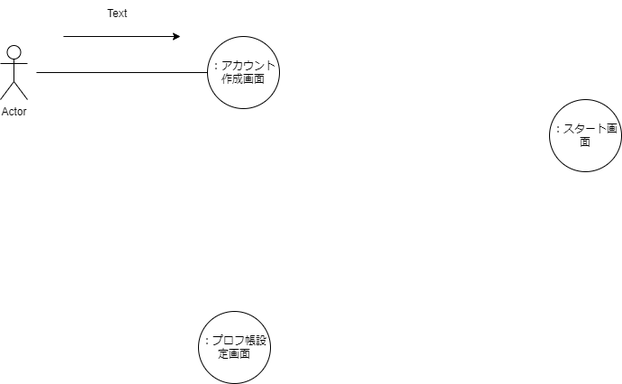
Before: commu.drawio.png, a diagram exported from draw.io (MoritMorit/psp-pro4). Source tidied: cells renumbered, new cells last; positions are measured from the earlier drawing's top-left corner, leaving out a move shared by most shapes.
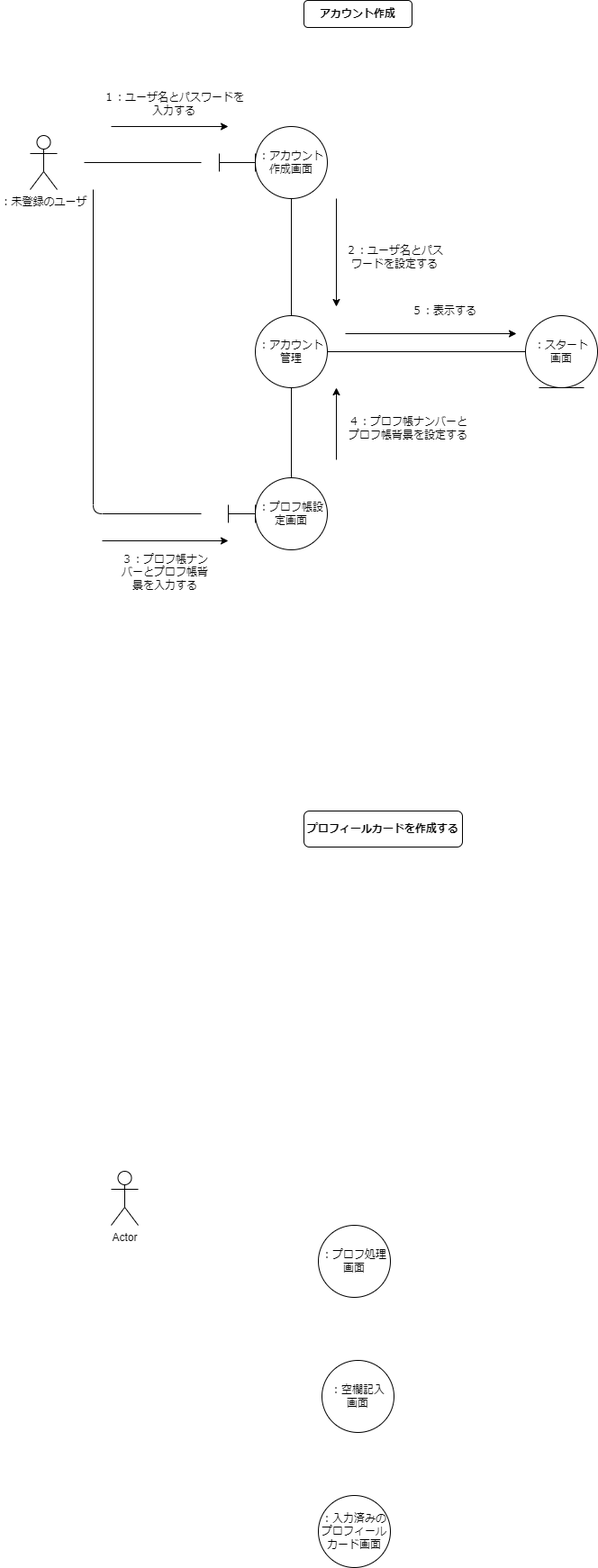
The same file after the commit.

Change to the diagram source:
```diff
@@ -2,21 +2,22 @@
   <root>
     <mxCell id="0" />
     <mxCell id="1" parent="0" />
-    <mxCell id="2" value="Actor" style="shape=umlActor;verticalLabelPosition=bottom;verticalAlign=top;html=1;" parent="1" vertex="1">
-      <mxGeometry y="50" width="30" height="60" as="geometry" />
+    <mxCell id="2" value="：未登録のユーザ" style="shape=umlActor;verticalLabelPosition=bottom;verticalAlign=top;html=1;" parent="1" vertex="1">
+      <mxGeometry x="-20" y="50" width="30" height="60" as="geometry" />
     </mxCell>
     <mxCell id="3" value="：アカウント作成画面" style="ellipse;whiteSpace=wrap;html=1;" parent="1" vertex="1">
       <mxGeometry x="230" y="40" width="80" height="80" as="geometry" />
     </mxCell>
     <mxCell id="4" value="：プロフ帳設定画面" style="ellipse;whiteSpace=wrap;html=1;" parent="1" vertex="1">
-      <mxGeometry x="220" y="345" width="80" height="80" as="geometry" />
+      <mxGeometry x="230" y="430" width="80" height="80" as="geometry" />
     </mxCell>
-    <mxCell id="5" value="：スタート画面" style="ellipse;whiteSpace=wrap;html=1;" parent="1" vertex="1">
-      <mxGeometry x="610" y="110" width="80" height="80" as="geometry" />
+    <mxCell id="5" value="：スタート&lt;br&gt;画面" style="ellipse;whiteSpace=wrap;html=1;" parent="1" vertex="1">
+      <mxGeometry x="530" y="250" width="80" height="80" as="geometry" />
     </mxCell>
-    <mxCell id="6" style="endArrow=none;html=1;entryX=0;entryY=0.5;entryDx=0;entryDy=0;" parent="1" edge="1" target="3">
+    <mxCell id="6" style="endArrow=none;html=1;" parent="1" edge="1">
       <mxGeometry relative="1" as="geometry">
         <mxPoint x="40" y="80" as="sourcePoint" />
+        <mxPoint x="170" y="80" as="targetPoint" />
       </mxGeometry>
     </mxCell>
     <mxCell id="7" style="endArrow=classic;html=1;" parent="1" edge="1">
@@ -25,8 +26,95 @@
         <mxPoint x="200" y="40" as="targetPoint" />
       </mxGeometry>
     </mxCell>
-    <mxCell id="8" value="Text" style="text;html=1;strokeColor=none;fillColor=none;align=center;verticalAlign=middle;whiteSpace=wrap;rounded=0;" parent="1" vertex="1">
-      <mxGeometry x="100" width="60" height="30" as="geometry" />
+    <mxCell id="8" value="１：ユーザ名とパスワードを入力する" style="text;html=1;strokeColor=none;fillColor=none;align=center;verticalAlign=middle;whiteSpace=wrap;rounded=0;" parent="1" vertex="1">
+      <mxGeometry x="60" width="160" height="30" as="geometry" />
     </mxCell>
+    <mxCell id="9" style="endArrow=none;html=1;entryX=0.5;entryY=1;entryDx=0;entryDy=0;exitX=0.5;exitY=0;exitDx=0;exitDy=0;" parent="1" edge="1" source="15" target="3">
+      <mxGeometry relative="1" as="geometry" />
+    </mxCell>
+    <mxCell id="10" style="endArrow=classic;html=1;" parent="1" edge="1">
+      <mxGeometry relative="1" as="geometry">
+        <mxPoint x="320" y="120" as="sourcePoint" />
+        <mxPoint x="320" y="240" as="targetPoint" />
+      </mxGeometry>
+    </mxCell>
+    <mxCell id="11" value="２：ユーザ名とパスワードを設定する" style="text;html=1;strokeColor=none;fillColor=none;align=center;verticalAlign=middle;whiteSpace=wrap;rounded=0;" parent="1" vertex="1">
+      <mxGeometry x="330" y="170" width="110" height="30" as="geometry" />
+    </mxCell>
+    <mxCell id="12" style="endArrow=none;html=1;exitX=1;exitY=0.5;exitDx=0;exitDy=0;entryX=0;entryY=0.5;entryDx=0;entryDy=0;" parent="1" edge="1" source="15" target="5">
+      <mxGeometry relative="1" as="geometry" />
+    </mxCell>
+    <mxCell id="13" style="endArrow=classic;html=1;" parent="1" edge="1">
+      <mxGeometry relative="1" as="geometry">
+        <mxPoint x="320" y="410" as="sourcePoint" />
+        <mxPoint x="320" y="330" as="targetPoint" />
+      </mxGeometry>
+    </mxCell>
+    <mxCell id="14" value="４：プロフ帳ナンバーとプロフ帳背景を設定する" style="text;html=1;strokeColor=none;fillColor=none;align=center;verticalAlign=middle;whiteSpace=wrap;rounded=0;" parent="1" vertex="1">
+      <mxGeometry x="330" y="350" width="140" height="50" as="geometry" />
+    </mxCell>
+    <mxCell id="15" value="：アカウント&lt;br&gt;管理" style="ellipse;whiteSpace=wrap;html=1;" parent="1" vertex="1">
+      <mxGeometry x="230" y="250" width="80" height="80" as="geometry" />
+    </mxCell>
+    <mxCell id="16" style="endArrow=none;html=1;entryX=0.5;entryY=1;entryDx=0;entryDy=0;exitX=0.5;exitY=0;exitDx=0;exitDy=0;" parent="1" edge="1" source="4" target="15">
+      <mxGeometry relative="1" as="geometry" />
+    </mxCell>
+    <mxCell id="17" style="endArrow=none;html=1;" parent="1" edge="1">
+      <mxGeometry relative="1" as="geometry">
+        <mxPoint x="50" y="110" as="sourcePoint" />
+        <mxPoint x="170" y="470" as="targetPoint" />
+        <Array as="points">
+          <mxPoint x="50" y="470" />
+        </Array>
+      </mxGeometry>
+    </mxCell>
+    <mxCell id="18" value="３：プロフ帳ナンバーとプロフ帳背景を入力する" style="text;html=1;strokeColor=none;fillColor=none;align=center;verticalAlign=middle;whiteSpace=wrap;rounded=0;" parent="1" vertex="1">
+      <mxGeometry x="80" y="520" width="100" height="30" as="geometry" />
+    </mxCell>
+    <mxCell id="19" style="endArrow=classic;html=1;" parent="1" edge="1">
+      <mxGeometry relative="1" as="geometry">
+        <mxPoint x="60" y="500" as="sourcePoint" />
+        <mxPoint x="200" y="500" as="targetPoint" />
+      </mxGeometry>
+    </mxCell>
+    <mxCell id="20" value="５：表示する" style="text;html=1;strokeColor=none;fillColor=none;align=center;verticalAlign=middle;whiteSpace=wrap;rounded=0;" parent="1" vertex="1">
+      <mxGeometry x="400" y="230" width="80" height="30" as="geometry" />
+    </mxCell>
+    <mxCell id="21" style="endArrow=classic;html=1;" parent="1" edge="1">
+      <mxGeometry relative="1" as="geometry">
+        <mxPoint x="330" y="270" as="sourcePoint" />
+        <mxPoint x="520" y="270" as="targetPoint" />
+      </mxGeometry>
+    </mxCell>
+    <mxCell id="22" style="shape=crossbar;whiteSpace=wrap;html=1;rounded=1;" parent="1" vertex="1">
+      <mxGeometry x="190" y="70" width="40" height="20" as="geometry" />
+    </mxCell>
+    <mxCell id="23" style="shape=crossbar;whiteSpace=wrap;html=1;rounded=1;" parent="1" vertex="1">
+      <mxGeometry x="200" y="460" width="30" height="20" as="geometry" />
+    </mxCell>
+    <mxCell id="24" style="endArrow=none;html=1;" parent="1" edge="1">
+      <mxGeometry relative="1" as="geometry">
+        <mxPoint x="545" y="330" as="sourcePoint" />
+        <mxPoint x="595" y="330" as="targetPoint" />
+      </mxGeometry>
+    </mxCell>
+    <mxCell id="25" value="&lt;b&gt;アカウント作成&lt;/b&gt;" style="rounded=1;whiteSpace=wrap;html=1;" parent="1" vertex="1">
+      <mxGeometry x="284" y="-100" width="120" height="30" as="geometry" />
+    </mxCell>
+    <mxCell id="26" value="&lt;b&gt;プロフィールカードを作成する&lt;/b&gt;" style="rounded=1;whiteSpace=wrap;html=1;" parent="1" vertex="1">
+      <mxGeometry x="284" y="800" width="176" height="40" as="geometry" />
+    </mxCell>
+    <mxCell id="27" value="Actor" style="shape=umlActor;verticalLabelPosition=bottom;verticalAlign=top;html=1;" parent="1" vertex="1">
+      <mxGeometry x="70" y="1200" width="30" height="60" as="geometry" />
+    </mxCell>
+    <mxCell id="28" value="：プロフ処理画面" style="ellipse;whiteSpace=wrap;html=1;" parent="1" vertex="1">
+      <mxGeometry x="300" y="1260" width="80" height="80" as="geometry" />
+    </mxCell>
+    <mxCell id="29" value="：空欄記入&lt;br&gt;画面" style="ellipse;whiteSpace=wrap;html=1;" parent="1" vertex="1">
+      <mxGeometry x="304" y="1410" width="80" height="80" as="geometry" />
+    </mxCell>
+    <mxCell id="30" value="：入力済みのプロフィールカード画面" style="ellipse;whiteSpace=wrap;html=1;" parent="1" vertex="1">
+      <mxGeometry x="300" y="1560" width="80" height="80" as="geometry" />
+    </mxCell>
   </root>
 </mxGraphModel>
```
